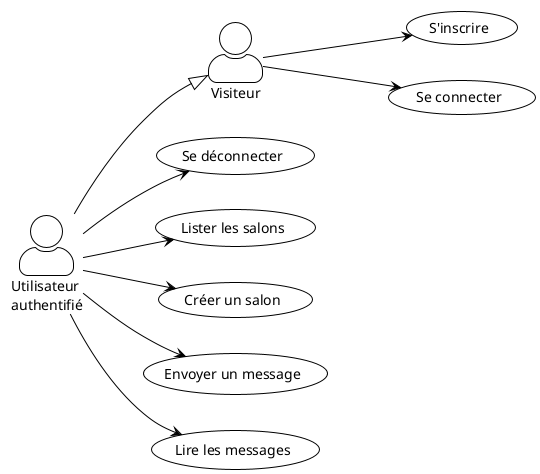
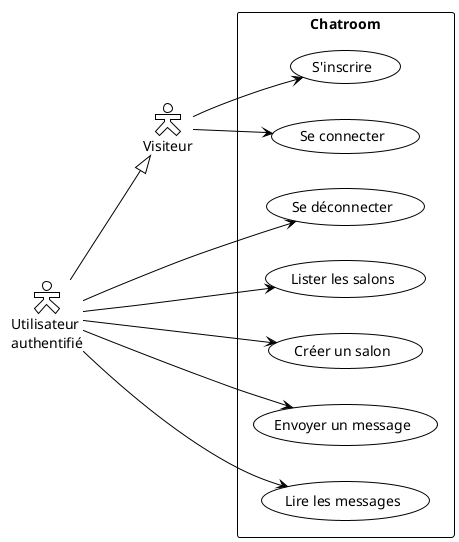
@startuml use-cases-simple
!theme plain
skinparam backgroundColor #FFFFFF
skinparam defaultFontName "Helvetica"
- skinparam actorStyle awesome
+ skinparam actorStyle hollow

left to right direction

actor "Visiteur" as visitor
actor "Utilisateur\nauthentifié" as user

user --|> visitor

- usecase "S'inscrire" as UC_register
- usecase "Se connecter" as UC_login
- usecase "Se déconnecter" as UC_logout
- usecase "Lister les salons" as UC_listRooms
- usecase "Créer un salon" as UC_createRoom
- usecase "Envoyer un message" as UC_sendMsg
- usecase "Lire les messages" as UC_getMsgs
+ rectangle "Chatroom" {
+   usecase "S'inscrire" as UC_register
+   usecase "Se connecter" as UC_login
+   usecase "Se déconnecter" as UC_logout
+   usecase "Lister les salons" as UC_listRooms
+   usecase "Créer un salon" as UC_createRoom
+   usecase "Envoyer un message" as UC_sendMsg
+   usecase "Lire les messages" as UC_getMsgs
+ }

visitor --> UC_register
visitor --> UC_login

user --> UC_logout
user --> UC_listRooms
user --> UC_createRoom
user --> UC_sendMsg
user --> UC_getMsgs

@enduml
